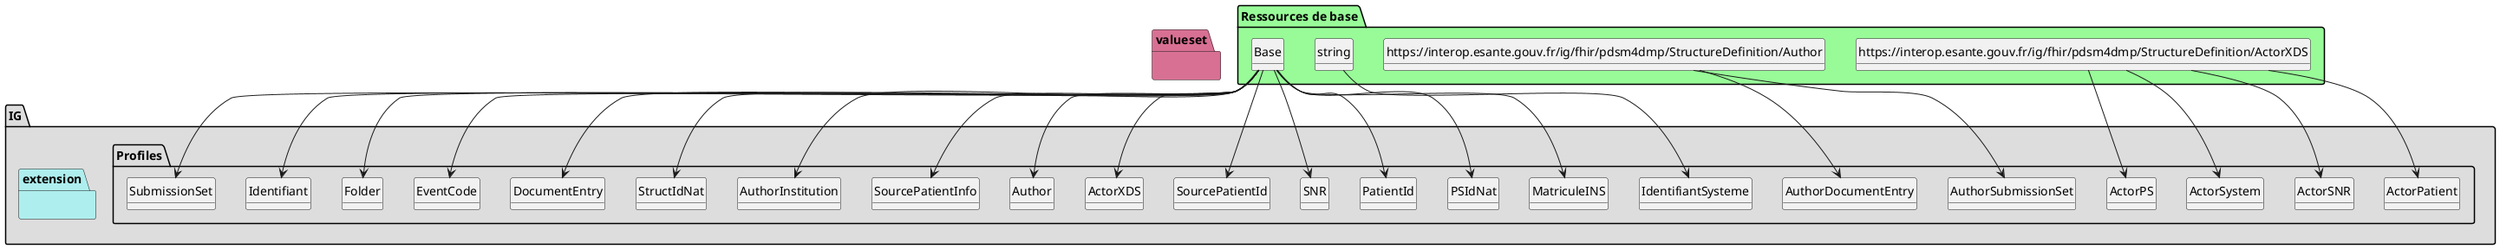
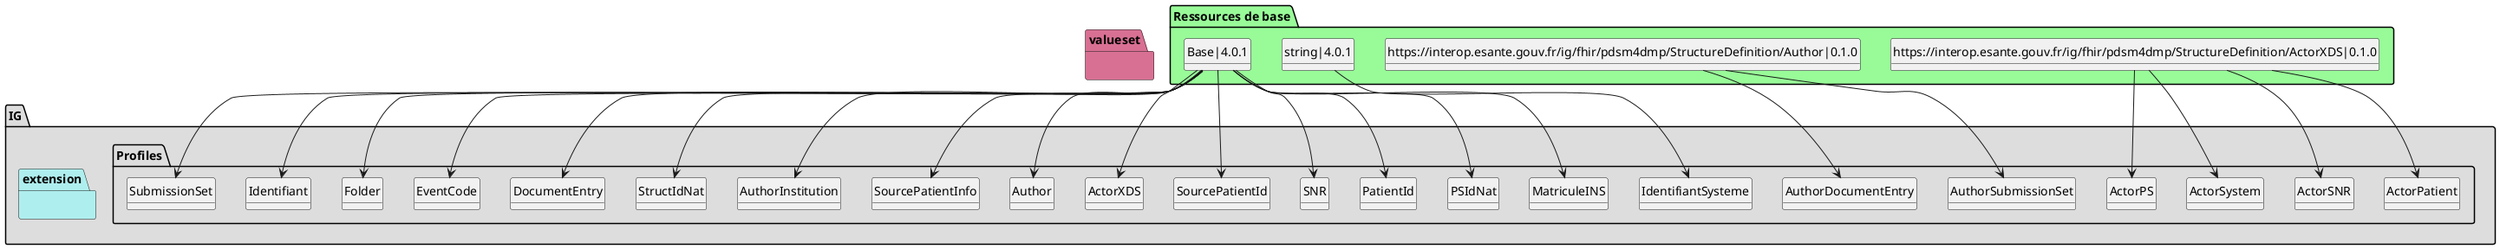
@startuml
set namespaceSeparator ?
hide circle
hide class fields

package IG #DDDDDD{

     package Profiles #DDDDDD{

        class ActorPS{

             ActorPS => [None..None]
             ActorPS.XCN1 => [None..None]
             ActorPS.XCN1.value[x] => [None..None]
             ActorPS.XCN2 => [None..None]
             ActorPS.XCN3 => [None..None]
             ActorPS.XCN9.composant2 => [None..None]
             ActorPS.XCN10 => [None..None]
             ActorPS.XCN13 => [None..None]
        }

        class ActorPatient{

             ActorPatient => [None..None]
             ActorPatient.XCN1 => [None..None]
             ActorPatient.XCN1.value[x] => [None..None]
             ActorPatient.XCN2 => [None..None]
             ActorPatient.XCN3 => [None..None]
             ActorPatient.XCN9.composant2 => [None..None]
             ActorPatient.XCN10 => [None..None]
             ActorPatient.XCN13 => [None..None]
        }

        class ActorSNR{

             ActorSNR => [None..None]
             ActorSNR.XCN1 => [None..None]
             ActorSNR.XCN1.value[x] => [None..None]
             ActorSNR.XCN2 => [None..None]
             ActorSNR.XCN3 => [None..None]
             ActorSNR.XCN9.composant2 => [None..None]
             ActorSNR.XCN10 => [None..None]
             ActorSNR.XCN13 => [None..None]
        }

        class ActorSystem{

             ActorSystem => [None..None]
             ActorSystem.XCN1 => [None..None]
             ActorSystem.XCN1.value[x] => [None..None]
             ActorSystem.XCN2 => [None..None]
             ActorSystem.XCN3 => [None..None]
             ActorSystem.XCN9.composant2 => [None..None]
             ActorSystem.XCN10 => [None..None]
             ActorSystem.XCN13 => [None..None]
        }

        class ActorXDS{

             ActorXDS => [None..None]
             ActorXDS.XCN1 => [1..1]
             ActorXDS.XCN2 => [1..1]
             ActorXDS.XCN3 => [1..1]
             ActorXDS.XCN9 => [1..1]
             ActorXDS.XCN9.composant1 => [0..0]
             ActorXDS.XCN9.composant2 => [1..1]
             ActorXDS.XCN9.composant3 => [1..1]
             ActorXDS.XCN10 => [1..1]
             ActorXDS.XCN13 => [1..1]
        }

        class Author{

             Author => [None..None]
             Author.institution => [0..1]
             Author.person[x] => [1..1]
             Author.role => [0..*]
             Author.specialty => [0..1]
        }

        class AuthorDocumentEntry{

             AuthorDocumentEntry => [None..None]
             AuthorDocumentEntry.institution => [None..None]
             AuthorDocumentEntry.person[x] => [None..None]
             AuthorDocumentEntry.role => [None..None]
             AuthorDocumentEntry.specialty => [None..None]
        }

        class AuthorInstitution{

             AuthorInstitution => [None..None]
             AuthorInstitution.XON1 => [1..1]
             AuthorInstitution.XON6 => [1..1]
             AuthorInstitution.XON6.composant1 => [0..0]
             AuthorInstitution.XON6.composant2 => [1..1]
             AuthorInstitution.XON6.composant3 => [1..1]
             AuthorInstitution.XON7 => [1..1]
             AuthorInstitution.XON10 => [1..1]
        }

        class AuthorSubmissionSet{

             AuthorSubmissionSet => [None..None]
             AuthorSubmissionSet.institution => [None..None]
             AuthorSubmissionSet.person[x] => [None..None]
             AuthorSubmissionSet.role => [None..None]
        }

        class DocumentEntry{

             DocumentEntry => [None..None]
             DocumentEntry.entryUUID => [1..1]
             DocumentEntry.logicalId => [1..1]
             DocumentEntry.mimeType => [1..1]
             DocumentEntry.availabilityStatus => [1..1]
             DocumentEntry.hash => [1..1]
             DocumentEntry.size => [1..1]
             DocumentEntry.languageCode => [1..1]
             DocumentEntry.author => [1..*]
             DocumentEntry.legalAuthenticator[x] => [1..1]
             DocumentEntry.repositoryUniqueId => [1..1]
             DocumentEntry.serviceStartTime => [1..1]
             DocumentEntry.serviceEndTime => [0..1]
             DocumentEntry.sourcePatientID => [1..1]
             DocumentEntry.sourcePatientInfo => [1..1]
             DocumentEntry.URI => [1..1]
             DocumentEntry.title => [1..1]
             DocumentEntry.comments => [0..1]
             DocumentEntry.patientID => [1..1]
             DocumentEntry.uniqueId => [1..1]
             DocumentEntry.class => [1..1]
             DocumentEntry.confidentiality => [1..4]
             DocumentEntry.eventCodeList => [0..*]
             DocumentEntry.format => [1..1]
             DocumentEntry.healthcareFacilityTypeCode => [1..1]
             DocumentEntry.practiceSetting => [1..1]
             DocumentEntry.type => [1..1]
             DocumentEntry.documentAvailability => [0..1]
             DocumentEntry.homeCommunityId => [0..1]
             DocumentEntry.creationTime => [1..1]
             DocumentEntry.referenceIdList => [0..*]
             DocumentEntry.referenceIdList.CX1 => [1..1]
             DocumentEntry.referenceIdList.CX4 => [1..1]
             DocumentEntry.referenceIdList.CX5 => [1..1]
             DocumentEntry.version => [0..1]
        }

        class EventCode{

             EventCode => [None..None]
             EventCode.eventCode => [1..1]
        }

        class Folder{

             Folder => [None..None]
             Folder.availabilityStatus => [1..1]
             Folder.codeList => [1..*]
             Folder.comments => [0..1]
             Folder.entryUUID => [1..1]
             Folder.lastUpdateTime => [1..1]
             Folder.patientID => [1..1]
             Folder.title => [1..1]
             Folder.uniqueId => [1..1]
             Folder.homeCommunityId => [0..1]
             Folder.logicalId => [1..1]
             Folder.version => [0..1]
        }

        class Identifiant{

             Identifiant => [None..None]
             Identifiant.value[x] => [1..1]
        }

        class IdentifiantSysteme{

+              string => [None..None]
        }

        class MatriculeINS{

             MatriculeINS => [None..None]
             MatriculeINS.matriculeINS => [1..1]
        }

        class PSIdNat{

             PSIdNat => [None..None]
             PSIdNat.PSIdNat => [1..1]
        }

        class PatientId{

             PatientId => [None..None]
             PatientId.CX1 => [1..1]
             PatientId.CX4 => [1..1]
             PatientId.CX5 => [1..1]
        }

        class SNR{

             SNR => [None..None]
             SNR.SNR => [1..1]
        }

        class SourcePatientId{

             SourcePatientId => [None..None]
             SourcePatientId.CX1 => [1..1]
             SourcePatientId.CX4 => [1..1]
             SourcePatientId.CX5 => [1..1]
        }

        class SourcePatientInfo{

             SourcePatientInfo => [None..None]
             SourcePatientInfo.PID3 => [0..1]
             SourcePatientInfo.PID5 => [1..*]
             SourcePatientInfo.PID7 => [0..1]
             SourcePatientInfo.PID8 => [0..1]
             SourcePatientInfo.PID11 => [0..1]
             SourcePatientInfo.PID13 => [0..1]
             SourcePatientInfo.PID14 => [0..1]
             SourcePatientInfo.PID15 => [0..1]
             SourcePatientInfo.PID16 => [0..1]
             SourcePatientInfo.PID18 => [0..1]
             SourcePatientInfo.PID21 => [0..1]
        }

        class StructIdNat{

             StructIdNat => [None..None]
             StructIdNat.StructIdNat => [1..1]
        }

        class SubmissionSet{

             SubmissionSet => [None..None]
             SubmissionSet.entryUUID => [1..1]
             SubmissionSet.availabilityStatus => [1..1]
             SubmissionSet.submissionTime => [1..1]
             SubmissionSet.title => [0..1]
             SubmissionSet.comments => [0..1]
             SubmissionSet.patientID => [1..1]
             SubmissionSet.sourceID => [1..1]
             SubmissionSet.uniqueID => [1..1]
             SubmissionSet.contentTypeCode => [1..1]
             SubmissionSet.author => [1..1]
             SubmissionSet.homeCommunityID => [0..1]
             SubmissionSet.intendedRecipient => [0..*]
         }

     }
     package extension #paleturquoise {


         }
     }
     package valueset #PaleVioletRed{
       }

package "Ressources de base" #palegreen {

-  class "https://interop.esante.gouv.fr/ig/fhir/pdsm4dmp/StructureDefinition/ActorXDS" as  classb1fa6044c54073490b5e2804c2a7a77e
- 
-     classb1fa6044c54073490b5e2804c2a7a77e --> ActorPS
- 
-  class "https://interop.esante.gouv.fr/ig/fhir/pdsm4dmp/StructureDefinition/ActorXDS" as  classb1fa6044c54073490b5e2804c2a7a77e
- 
-     classb1fa6044c54073490b5e2804c2a7a77e --> ActorPatient
- 
-  class "https://interop.esante.gouv.fr/ig/fhir/pdsm4dmp/StructureDefinition/ActorXDS" as  classb1fa6044c54073490b5e2804c2a7a77e
- 
-     classb1fa6044c54073490b5e2804c2a7a77e --> ActorSNR
- 
-  class "https://interop.esante.gouv.fr/ig/fhir/pdsm4dmp/StructureDefinition/ActorXDS" as  classb1fa6044c54073490b5e2804c2a7a77e
- 
-     classb1fa6044c54073490b5e2804c2a7a77e --> ActorSystem
- 
-  class "Base" as  class095a1b43effec73955e31e790438de49
- 
-     class095a1b43effec73955e31e790438de49 --> ActorXDS
- 
-  class "Base" as  class095a1b43effec73955e31e790438de49
- 
-     class095a1b43effec73955e31e790438de49 --> Author
- 
-  class "https://interop.esante.gouv.fr/ig/fhir/pdsm4dmp/StructureDefinition/Author" as  classc2475048e2c7036063c8904a63957e62
- 
-     classc2475048e2c7036063c8904a63957e62 --> AuthorDocumentEntry
- 
-  class "Base" as  class095a1b43effec73955e31e790438de49
- 
-     class095a1b43effec73955e31e790438de49 --> AuthorInstitution
- 
-  class "https://interop.esante.gouv.fr/ig/fhir/pdsm4dmp/StructureDefinition/Author" as  classc2475048e2c7036063c8904a63957e62
- 
-     classc2475048e2c7036063c8904a63957e62 --> AuthorSubmissionSet
- 
-  class "Base" as  class095a1b43effec73955e31e790438de49
- 
-     class095a1b43effec73955e31e790438de49 --> DocumentEntry
- 
-  class "Base" as  class095a1b43effec73955e31e790438de49
- 
-     class095a1b43effec73955e31e790438de49 --> EventCode
- 
-  class "Base" as  class095a1b43effec73955e31e790438de49
- 
-     class095a1b43effec73955e31e790438de49 --> Folder
- 
-  class "Base" as  class095a1b43effec73955e31e790438de49
- 
-     class095a1b43effec73955e31e790438de49 --> Identifiant
- 
-  class "string" as  classb45cffe084dd3d20d928bee85e7b0f21
- 
-     classb45cffe084dd3d20d928bee85e7b0f21 --> IdentifiantSysteme
- 
-  class "Base" as  class095a1b43effec73955e31e790438de49
- 
-     class095a1b43effec73955e31e790438de49 --> MatriculeINS
- 
-  class "Base" as  class095a1b43effec73955e31e790438de49
- 
-     class095a1b43effec73955e31e790438de49 --> PSIdNat
- 
-  class "Base" as  class095a1b43effec73955e31e790438de49
- 
-     class095a1b43effec73955e31e790438de49 --> PatientId
- 
-  class "Base" as  class095a1b43effec73955e31e790438de49
- 
-     class095a1b43effec73955e31e790438de49 --> SNR
- 
-  class "Base" as  class095a1b43effec73955e31e790438de49
- 
-     class095a1b43effec73955e31e790438de49 --> SourcePatientId
- 
-  class "Base" as  class095a1b43effec73955e31e790438de49
- 
-     class095a1b43effec73955e31e790438de49 --> SourcePatientInfo
- 
-  class "Base" as  class095a1b43effec73955e31e790438de49
- 
-     class095a1b43effec73955e31e790438de49 --> StructIdNat
- 
-  class "Base" as  class095a1b43effec73955e31e790438de49
- 
-     class095a1b43effec73955e31e790438de49 --> SubmissionSet
+  class "https://interop.esante.gouv.fr/ig/fhir/pdsm4dmp/StructureDefinition/ActorXDS|0.1.0" as  class11ba5cb310a4c1e176ff59d594dd1eea
+ 
+     class11ba5cb310a4c1e176ff59d594dd1eea --> ActorPS
+ 
+  class "https://interop.esante.gouv.fr/ig/fhir/pdsm4dmp/StructureDefinition/ActorXDS|0.1.0" as  class11ba5cb310a4c1e176ff59d594dd1eea
+ 
+     class11ba5cb310a4c1e176ff59d594dd1eea --> ActorPatient
+ 
+  class "https://interop.esante.gouv.fr/ig/fhir/pdsm4dmp/StructureDefinition/ActorXDS|0.1.0" as  class11ba5cb310a4c1e176ff59d594dd1eea
+ 
+     class11ba5cb310a4c1e176ff59d594dd1eea --> ActorSNR
+ 
+  class "https://interop.esante.gouv.fr/ig/fhir/pdsm4dmp/StructureDefinition/ActorXDS|0.1.0" as  class11ba5cb310a4c1e176ff59d594dd1eea
+ 
+     class11ba5cb310a4c1e176ff59d594dd1eea --> ActorSystem
+ 
+  class "Base|4.0.1" as  classba16ccdc1c2b8216c219ae0a09c572ff
+ 
+     classba16ccdc1c2b8216c219ae0a09c572ff --> ActorXDS
+ 
+  class "Base|4.0.1" as  classba16ccdc1c2b8216c219ae0a09c572ff
+ 
+     classba16ccdc1c2b8216c219ae0a09c572ff --> Author
+ 
+  class "https://interop.esante.gouv.fr/ig/fhir/pdsm4dmp/StructureDefinition/Author|0.1.0" as  class9a3665b317cff7f72fb8acfc74120b03
+ 
+     class9a3665b317cff7f72fb8acfc74120b03 --> AuthorDocumentEntry
+ 
+  class "Base|4.0.1" as  classba16ccdc1c2b8216c219ae0a09c572ff
+ 
+     classba16ccdc1c2b8216c219ae0a09c572ff --> AuthorInstitution
+ 
+  class "https://interop.esante.gouv.fr/ig/fhir/pdsm4dmp/StructureDefinition/Author|0.1.0" as  class9a3665b317cff7f72fb8acfc74120b03
+ 
+     class9a3665b317cff7f72fb8acfc74120b03 --> AuthorSubmissionSet
+ 
+  class "Base|4.0.1" as  classba16ccdc1c2b8216c219ae0a09c572ff
+ 
+     classba16ccdc1c2b8216c219ae0a09c572ff --> DocumentEntry
+ 
+  class "Base|4.0.1" as  classba16ccdc1c2b8216c219ae0a09c572ff
+ 
+     classba16ccdc1c2b8216c219ae0a09c572ff --> EventCode
+ 
+  class "Base|4.0.1" as  classba16ccdc1c2b8216c219ae0a09c572ff
+ 
+     classba16ccdc1c2b8216c219ae0a09c572ff --> Folder
+ 
+  class "Base|4.0.1" as  classba16ccdc1c2b8216c219ae0a09c572ff
+ 
+     classba16ccdc1c2b8216c219ae0a09c572ff --> Identifiant
+ 
+  class "string|4.0.1" as  class3da417a43100ff4204d08826f4c26e43
+ 
+     class3da417a43100ff4204d08826f4c26e43 --> IdentifiantSysteme
+ 
+  class "Base|4.0.1" as  classba16ccdc1c2b8216c219ae0a09c572ff
+ 
+     classba16ccdc1c2b8216c219ae0a09c572ff --> MatriculeINS
+ 
+  class "Base|4.0.1" as  classba16ccdc1c2b8216c219ae0a09c572ff
+ 
+     classba16ccdc1c2b8216c219ae0a09c572ff --> PSIdNat
+ 
+  class "Base|4.0.1" as  classba16ccdc1c2b8216c219ae0a09c572ff
+ 
+     classba16ccdc1c2b8216c219ae0a09c572ff --> PatientId
+ 
+  class "Base|4.0.1" as  classba16ccdc1c2b8216c219ae0a09c572ff
+ 
+     classba16ccdc1c2b8216c219ae0a09c572ff --> SNR
+ 
+  class "Base|4.0.1" as  classba16ccdc1c2b8216c219ae0a09c572ff
+ 
+     classba16ccdc1c2b8216c219ae0a09c572ff --> SourcePatientId
+ 
+  class "Base|4.0.1" as  classba16ccdc1c2b8216c219ae0a09c572ff
+ 
+     classba16ccdc1c2b8216c219ae0a09c572ff --> SourcePatientInfo
+ 
+  class "Base|4.0.1" as  classba16ccdc1c2b8216c219ae0a09c572ff
+ 
+     classba16ccdc1c2b8216c219ae0a09c572ff --> StructIdNat
+ 
+  class "Base|4.0.1" as  classba16ccdc1c2b8216c219ae0a09c572ff
+ 
+     classba16ccdc1c2b8216c219ae0a09c572ff --> SubmissionSet
}
@enduml